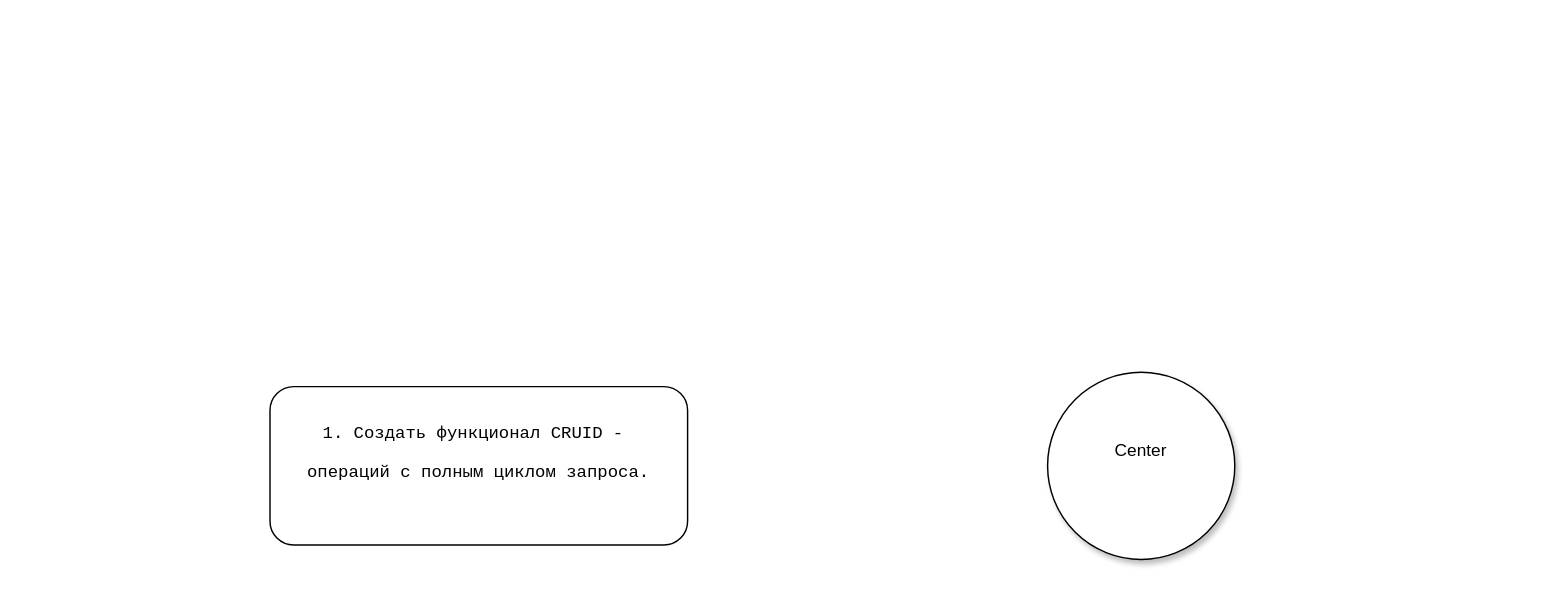
This is duma-service/src/main/java/structure.drawio from seregAnt02/SpringBootDuma, a draw.io file, before an edit. Source tidied: cells renumbered, new cells numbered last; positions are measured from the earlier drawing's top-left corner, leaving out a move shared by most shapes. Both pictures are drawn from the tidied source at 144%, with x=0, y=0 at pixel (269, 372).
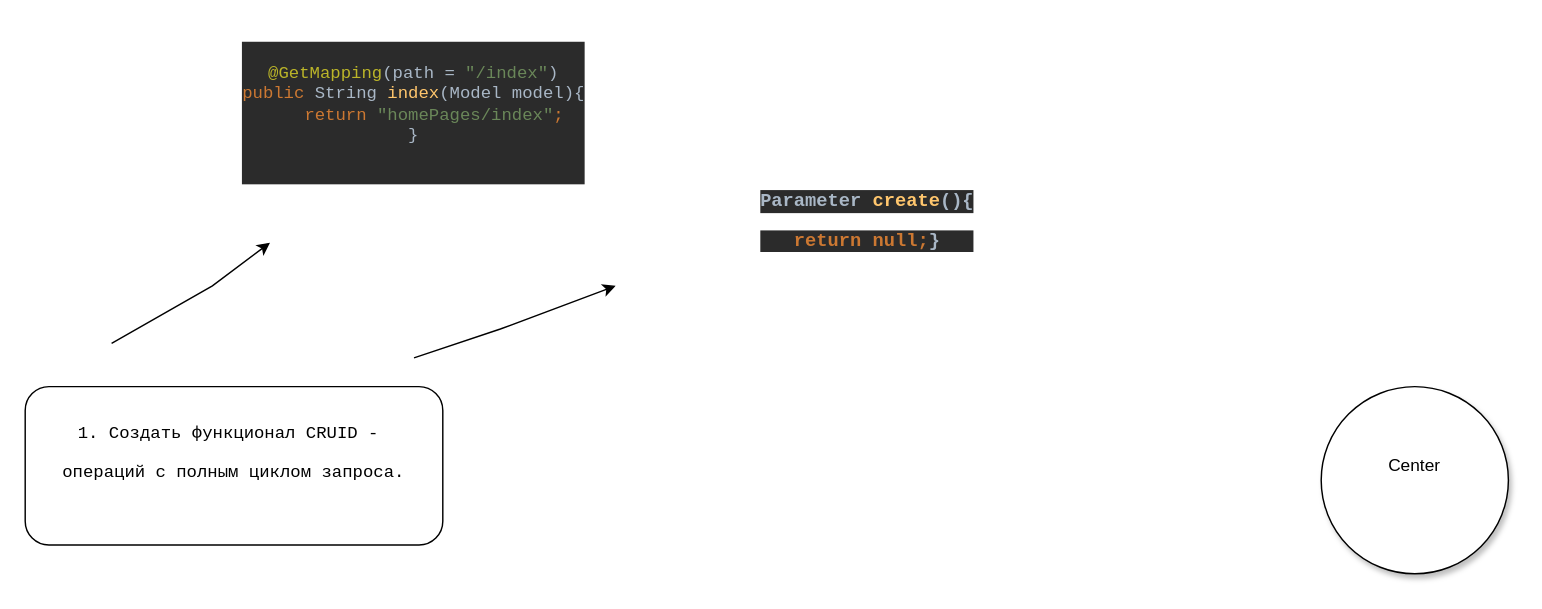
The same diagram, later.

What changed in the source:
```diff
@@
 <mxGraphModel>
   <root>
     <mxCell id="0" />
     <mxCell id="1" parent="0" />
     <mxCell id="2" style="group;textShadow=1;" parent="1" vertex="1">
-      <mxGeometry x="540" width="130" height="130" as="geometry" />
+      <mxGeometry x="730" y="10" width="130" height="130" as="geometry" />
     </mxCell>
     <mxCell id="3" style="ellipse;whiteSpace=wrap;html=1;shadow=1;" parent="2" vertex="1">
       <mxGeometry width="130" height="130" as="geometry" />
     </mxCell>
     <mxCell id="4" value="Center" style="text;html=1;align=center;verticalAlign=middle;whiteSpace=wrap;rounded=0;" parent="2" vertex="1">
       <mxGeometry x="35" y="40" width="60" height="30" as="geometry" />
     </mxCell>
     <mxCell id="5" style="group;whiteSpace=wrap;" parent="1" vertex="1">
-      <mxGeometry y="10" width="290" height="110" as="geometry" />
+      <mxGeometry x="-170" y="10" width="290" height="110" as="geometry" />
     </mxCell>
     <mxCell id="6" style="rounded=1;whiteSpace=wrap;html=1;" parent="5" vertex="1">
       <mxGeometry width="290" height="110" as="geometry" />
     </mxCell>
     <mxCell id="7" value="&lt;pre style=&quot;font-family: &amp;quot;JetBrains Mono&amp;quot;, monospace;&quot;&gt;&lt;span&gt;&lt;font&gt;1. Создать функционал CRUID - &lt;/font&gt;&lt;/span&gt;&lt;/pre&gt;&lt;pre style=&quot;font-family: &amp;quot;JetBrains Mono&amp;quot;, monospace;&quot;&gt;&lt;span&gt;&lt;font&gt;операций с полным циклом запроса.&lt;/font&gt;&lt;/span&gt;&lt;/pre&gt;" style="text;html=1;align=center;verticalAlign=middle;whiteSpace=wrap;rounded=0;labelBackgroundColor=default;" parent="5" vertex="1">
       <mxGeometry x="20" y="18.3" width="250" height="55" as="geometry" />
     </mxCell>
+    <mxCell id="8" style="endArrow=classic;html=1;rounded=0;fontFamily=Helvetica;fontSize=12;fontColor=default;" parent="1" edge="1">
+      <mxGeometry relative="1" as="geometry">
+        <mxPoint x="100" y="-10" as="sourcePoint" />
+        <mxPoint x="240" y="-60" as="targetPoint" />
+        <Array as="points">
+          <mxPoint x="160" y="-30" />
+        </Array>
+      </mxGeometry>
+    </mxCell>
+    <mxCell id="9" style="endArrow=classic;html=1;rounded=0;fontFamily=Helvetica;fontSize=12;fontColor=default;" parent="1" edge="1">
+      <mxGeometry relative="1" as="geometry">
+        <mxPoint x="-110" y="-20" as="sourcePoint" />
+        <mxPoint y="-90" as="targetPoint" />
+        <Array as="points">
+          <mxPoint x="-40" y="-60" />
+        </Array>
+      </mxGeometry>
+    </mxCell>
+    <mxCell id="10" value="&lt;pre style=&quot;background-color: rgb(43, 43, 43); color: rgb(169, 183, 198); font-family: &amp;quot;JetBrains Mono&amp;quot;, monospace;&quot;&gt;&lt;pre style=&quot;font-family: &amp;quot;JetBrains Mono&amp;quot;, monospace;&quot;&gt;&lt;br&gt;&lt;span style=&quot;color:#bbb529;&quot;&gt;@GetMapping&lt;/span&gt;(path = &lt;span style=&quot;color:#6a8759;&quot;&gt;&quot;/index&quot;&lt;/span&gt;)&lt;br&gt;&lt;span style=&quot;color:#cc7832;&quot;&gt;public &lt;/span&gt;String &lt;span style=&quot;color:#ffc66d;&quot;&gt;index&lt;/span&gt;(Model model){&lt;br&gt;    &lt;span style=&quot;color:#cc7832;&quot;&gt;return &lt;/span&gt;&lt;span style=&quot;color:#6a8759;&quot;&gt;&quot;homePages/index&quot;&lt;/span&gt;&lt;span style=&quot;color:#cc7832;&quot;&gt;;&lt;br&gt;&lt;/span&gt;}&lt;/pre&gt;&lt;pre style=&quot;font-family: &amp;quot;JetBrains Mono&amp;quot;, monospace;&quot;&gt;&lt;br&gt;&lt;/pre&gt;&lt;/pre&gt;" style="text;html=1;align=center;verticalAlign=middle;whiteSpace=wrap;rounded=0;" parent="1" vertex="1">
+      <mxGeometry x="-30" y="-230" width="260" height="100" as="geometry" />
+    </mxCell>
+    <mxCell id="11" value="&lt;pre style=&quot;background-color: rgb(43, 43, 43); color: rgb(169, 183, 198); font-family: &amp;quot;JetBrains Mono&amp;quot;, monospace;&quot;&gt;&lt;font style=&quot;font-size: 13px;&quot;&gt;&lt;b&gt;Parameter &lt;span style=&quot;color: rgb(255, 198, 109);&quot;&gt;create&lt;/span&gt;(){&lt;/b&gt;&lt;/font&gt;&lt;/pre&gt;&lt;pre style=&quot;background-color: rgb(43, 43, 43); color: rgb(169, 183, 198); font-family: &amp;quot;JetBrains Mono&amp;quot;, monospace;&quot;&gt;&lt;font style=&quot;font-size: 13px;&quot;&gt;&lt;b&gt;&lt;span style=&quot;color: rgb(204, 120, 50);&quot;&gt;return null;&lt;/span&gt;}&lt;/b&gt;&lt;/font&gt;&lt;/pre&gt;" style="text;html=1;align=center;verticalAlign=middle;whiteSpace=wrap;rounded=0;" parent="1" vertex="1">
+      <mxGeometry x="300" y="-120" width="230" height="30" as="geometry" />
+    </mxCell>
   </root>
 </mxGraphModel>
```
